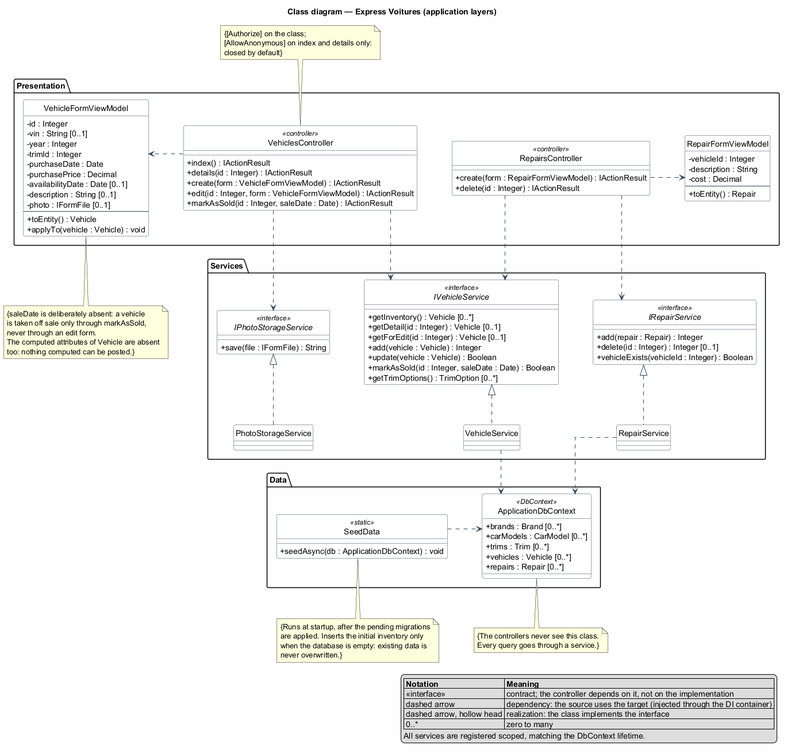
Before: docs/uml/architecture.png, a diagram exported from PlantUML (diasantoine/P5).
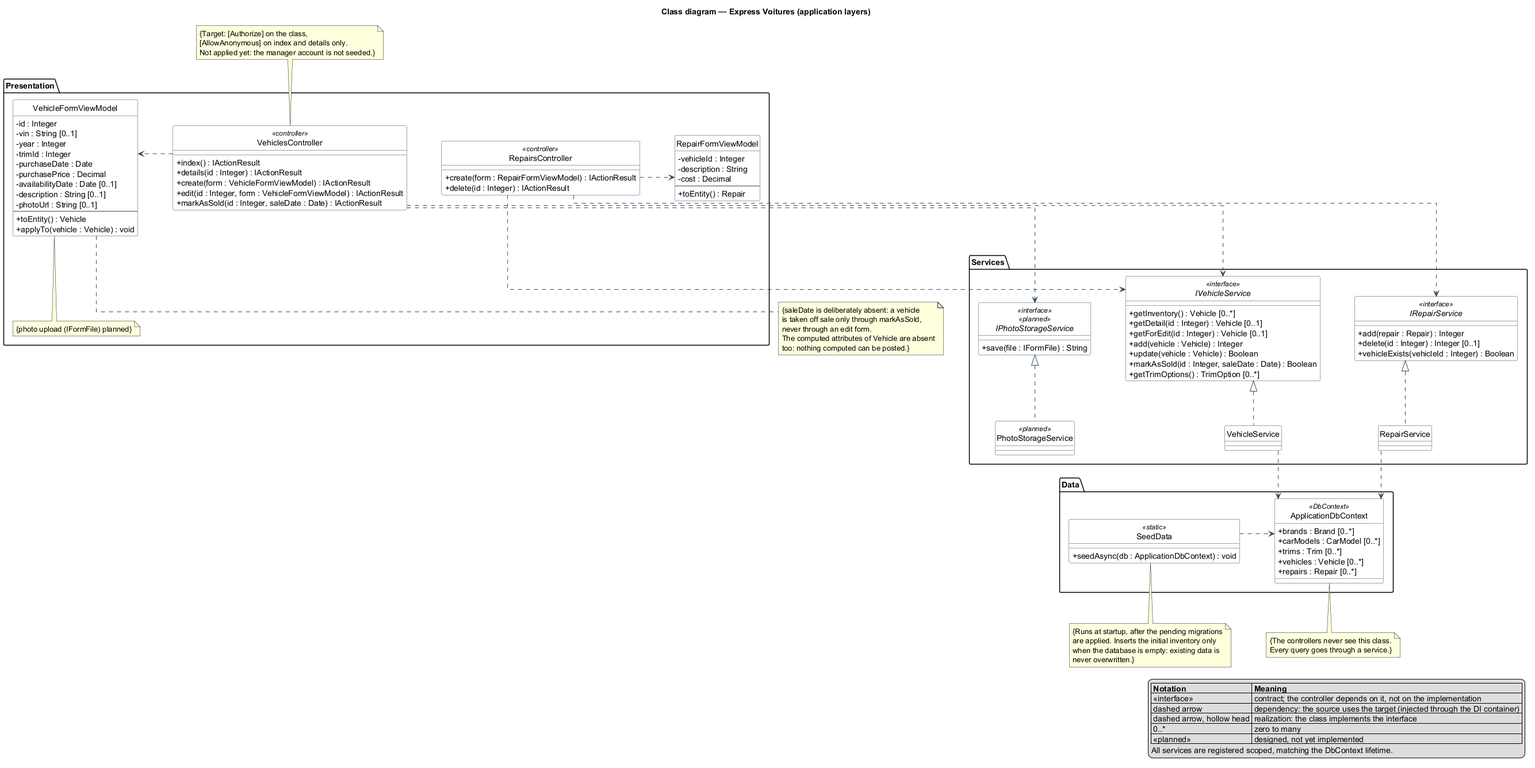
After the change.

Commit message:
Aligne le diagramme d'architecture sur l'etat reel du code

Diff of the diagram source:
```diff
@@ -38,11 +38,15 @@
     -purchasePrice : Decimal
     -availabilityDate : Date [0..1]
     -description : String [0..1]
-    -photo : IFormFile [0..1]
+    -photoUrl : String [0..1]
     --
     +toEntity() : Vehicle
     +applyTo(vehicle : Vehicle) : void
   }
+
+  note bottom of VehicleFormViewModel
+    {photo upload (IFormFile) planned}
+  end note
 
   class RepairFormViewModel {
     -vehicleId : Integer
@@ -55,7 +59,7 @@
 
 package "Services" {
 
-  interface IPhotoStorageService <<interface>> {
+  interface IPhotoStorageService <<interface>> <<planned>> {
     +save(file : IFormFile) : String
   }
 
@@ -75,7 +79,7 @@
     +vehicleExists(vehicleId : Integer) : Boolean
   }
 
-  class PhotoStorageService
+  class PhotoStorageService <<planned>>
   class VehicleService
   class RepairService
 }
@@ -118,9 +122,9 @@
 SeedData .right.> ApplicationDbContext
 
 note top of VehiclesController
-  {[Authorize] on the class;
-  [AllowAnonymous] on index and details only:
-  closed by default}
+  {Target: [Authorize] on the class,
+  [AllowAnonymous] on index and details only.
+  Not applied yet: the manager account is not seeded.}
 end note
 
 note bottom of VehicleFormViewModel
@@ -149,6 +153,7 @@
   | dashed arrow | dependency: the source uses the target (injected through the DI container) |
   | dashed arrow, hollow head | realization: the class implements the interface |
   | 0..* | zero to many |
+  | <<planned>> | designed, not yet implemented |
   All services are registered scoped, matching the DbContext lifetime.
 endlegend
 
```
